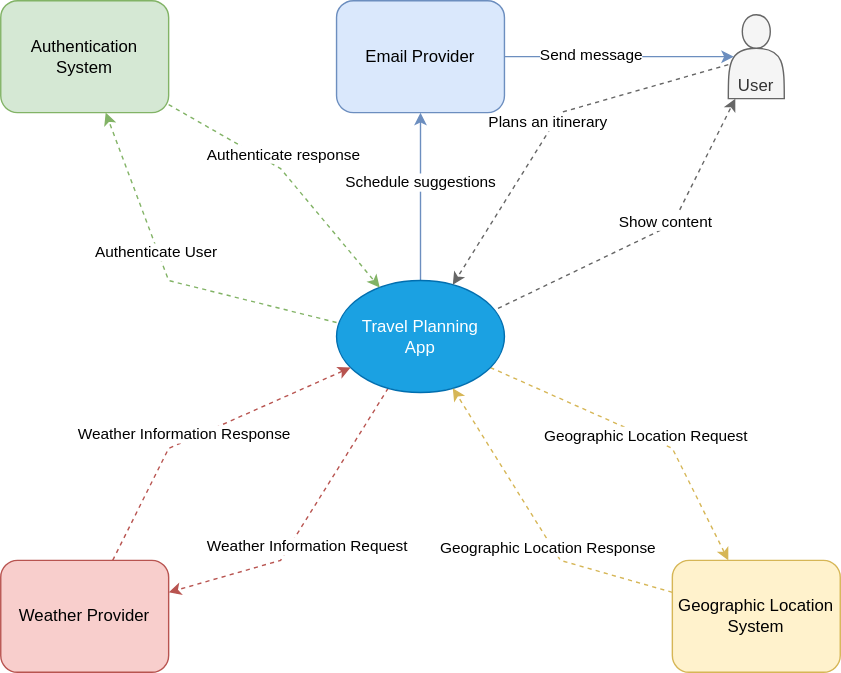
Above: docs/system-context-diagram.drawio.svg in CloudAppDevProject/CloudAppDev (draw.io), before the change. Source tidied: cells renumbered, new cells last; positions are measured from the earlier drawing's top-left corner, leaving out a move shared by most shapes.
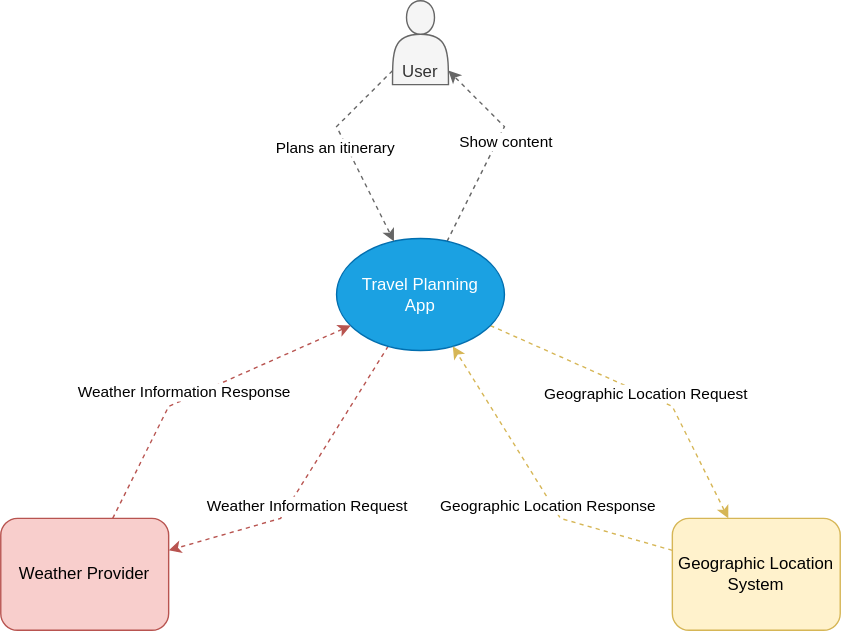
The same file after the commit.

Commit message:
Implement feature X to enhance user experience and optimize performance

Change to the diagram source:
```diff
@@ -2,19 +2,6 @@
   <root>
     <mxCell id="0" />
     <mxCell id="1" parent="0" />
-    <mxCell id="2" style="rounded=0;jettySize=auto;html=1;dashed=1;fillColor=#d5e8d4;strokeColor=#82b366;" parent="1" edge="1" target="15">
-      <mxGeometry relative="1" as="geometry">
-        <mxPoint x="240" y="230" as="sourcePoint" />
-        <Array as="points">
-          <mxPoint x="120" y="200" />
-        </Array>
-      </mxGeometry>
-    </mxCell>
-    <mxCell id="3" value="Authenticate User" style="edgeLabel;html=1;align=center;verticalAlign=middle;" parent="2" vertex="1">
-      <mxGeometry x="-0.17" y="1" relative="1" as="geometry">
-        <mxPoint x="-28" y="-26" as="offset" />
-      </mxGeometry>
-    </mxCell>
     <mxCell id="4" style="rounded=0;jettySize=auto;html=1;dashed=1;fillColor=#f8cecc;strokeColor=#b85450;" parent="1" edge="1" source="12" target="18">
       <mxGeometry relative="1" as="geometry">
         <Array as="points">
@@ -39,45 +26,21 @@
         <mxPoint x="-5" y="-2" as="offset" />
       </mxGeometry>
     </mxCell>
-    <mxCell id="8" style="rounded=0;jettySize=auto;html=1;dashed=1;fillColor=#f5f5f5;strokeColor=#666666;" parent="1" edge="1" target="24">
+    <mxCell id="8" style="rounded=0;jettySize=auto;html=1;dashed=1;fillColor=#f5f5f5;strokeColor=#666666;" parent="1" edge="1" source="12" target="24">
       <mxGeometry relative="1" as="geometry">
-        <mxPoint x="350" y="222.5" as="sourcePoint" />
         <Array as="points">
-          <mxPoint x="480" y="160" />
+          <mxPoint x="360" y="120" />
         </Array>
       </mxGeometry>
     </mxCell>
     <mxCell id="9" value="Show content" style="edgeLabel;html=1;align=center;verticalAlign=middle;" parent="8" vertex="1">
       <mxGeometry x="0.13" y="-1" relative="1" as="geometry">
-        <mxPoint x="-1" y="-6" as="offset" />
+        <mxPoint x="3" y="3" as="offset" />
       </mxGeometry>
     </mxCell>
-    <mxCell id="10" style="edgeStyle=none;html=1;entryX=0.5;entryY=1;entryDx=0;entryDy=0;fillColor=#dae8fc;strokeColor=#6c8ebf;" parent="1" edge="1" source="12" target="25">
-      <mxGeometry relative="1" as="geometry" />
-    </mxCell>
-    <mxCell id="11" value="Schedule suggestions" style="edgeLabel;html=1;align=center;verticalAlign=middle;" parent="10" vertex="1">
-      <mxGeometry x="0.49" y="3" relative="1" as="geometry">
-        <mxPoint x="3" y="19" as="offset" />
-      </mxGeometry>
-    </mxCell>
     <mxCell id="12" value="&lt;font style=&quot;color: rgb(255, 255, 255);&quot;&gt;Travel Planning&lt;/font&gt;&lt;div&gt;&lt;font style=&quot;color: rgb(255, 255, 255);&quot;&gt;App&lt;/font&gt;&lt;/div&gt;" style="ellipse;whiteSpace=wrap;html=1;fillColor=#1ba1e2;fontColor=#ffffff;strokeColor=#006EAF;" parent="1" vertex="1">
       <mxGeometry x="240" y="200" width="120" height="80" as="geometry" />
     </mxCell>
-    <mxCell id="13" style="rounded=0;jettySize=auto;html=1;dashed=1;fillColor=#d5e8d4;strokeColor=#82b366;" parent="1" edge="1" source="15" target="12">
-      <mxGeometry relative="1" as="geometry">
-        <Array as="points">
-          <mxPoint x="200" y="120" />
-        </Array>
-      </mxGeometry>
-    </mxCell>
-    <mxCell id="14" value="Authenticate response" style="edgeLabel;html=1;align=center;verticalAlign=middle;" parent="13" vertex="1">
-      <mxGeometry x="0.22" y="-1" relative="1" as="geometry">
-        <mxPoint x="-18" y="-35" as="offset" />
-      </mxGeometry>
-    </mxCell>
-    <mxCell id="15" value="Authentication System" style="rounded=1;whiteSpace=wrap;html=1;fillColor=#d5e8d4;strokeColor=#82b366;" parent="1" vertex="1">
-      <mxGeometry width="120" height="80" as="geometry" />
-    </mxCell>
     <mxCell id="16" style="rounded=0;jettySize=auto;html=1;dashed=1;fillColor=#f8cecc;strokeColor=#b85450;" parent="1" edge="1" source="18" target="12">
       <mxGeometry relative="1" as="geometry">
         <Array as="points">
@@ -111,7 +74,7 @@
     <mxCell id="22" style="rounded=0;jettySize=auto;html=1;dashed=1;fillColor=#f5f5f5;strokeColor=#666666;" parent="1" edge="1" source="24" target="12">
       <mxGeometry relative="1" as="geometry">
         <Array as="points">
-          <mxPoint x="400" y="80" />
+          <mxPoint x="240" y="120" />
         </Array>
       </mxGeometry>
     </mxCell>
@@ -121,16 +84,7 @@
       </mxGeometry>
     </mxCell>
     <mxCell id="24" value="User" style="shape=actor;whiteSpace=wrap;html=1;verticalAlign=bottom;fillColor=#f5f5f5;fontColor=#333333;strokeColor=#666666;" parent="1" vertex="1">
-      <mxGeometry x="520" y="10" width="40" height="60" as="geometry" />
+      <mxGeometry x="280" y="30" width="40" height="60" as="geometry" />
     </mxCell>
-    <mxCell id="25" value="Email Provider" style="rounded=1;whiteSpace=wrap;html=1;fillColor=#dae8fc;strokeColor=#6c8ebf;" parent="1" vertex="1">
-      <mxGeometry x="240" width="120" height="80" as="geometry" />
-    </mxCell>
-    <mxCell id="26" style="edgeStyle=none;html=1;entryX=0.1;entryY=0.5;entryDx=0;entryDy=0;entryPerimeter=0;fillColor=#dae8fc;strokeColor=#6c8ebf;" parent="1" edge="1" source="25" target="24">
-      <mxGeometry relative="1" as="geometry" />
-    </mxCell>
-    <mxCell id="27" value="Send message" style="edgeLabel;html=1;align=center;verticalAlign=middle;" parent="26" vertex="1">
-      <mxGeometry x="-0.25" y="1" relative="1" as="geometry" />
-    </mxCell>
   </root>
 </mxGraphModel>
```
